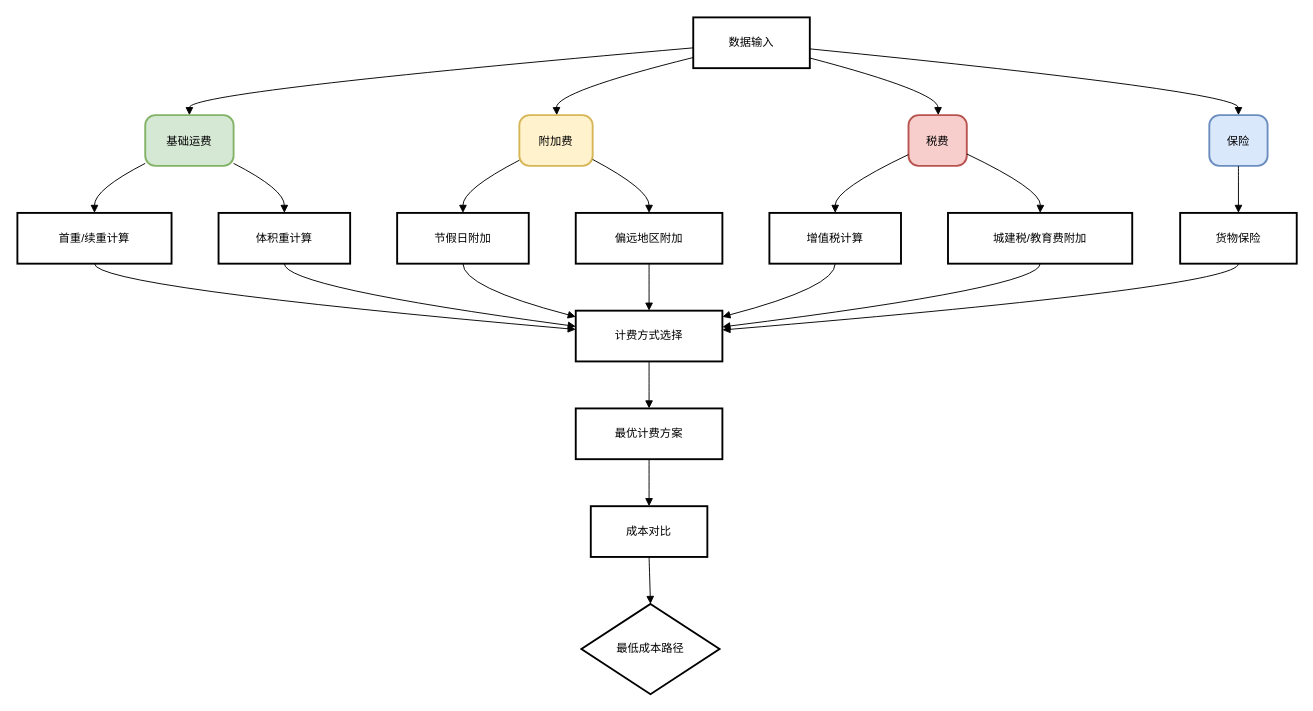
Above: 未命名绘图.drawio in zerovmz/jeecg (draw.io), before the change. Source tidied: cells renumbered, new cells numbered last; positions are measured from the earlier drawing's top-left corner, leaving out a move shared by most shapes. Both pictures are drawn from the tidied source at 94%, with x=0, y=0 at pixel (17, 17).
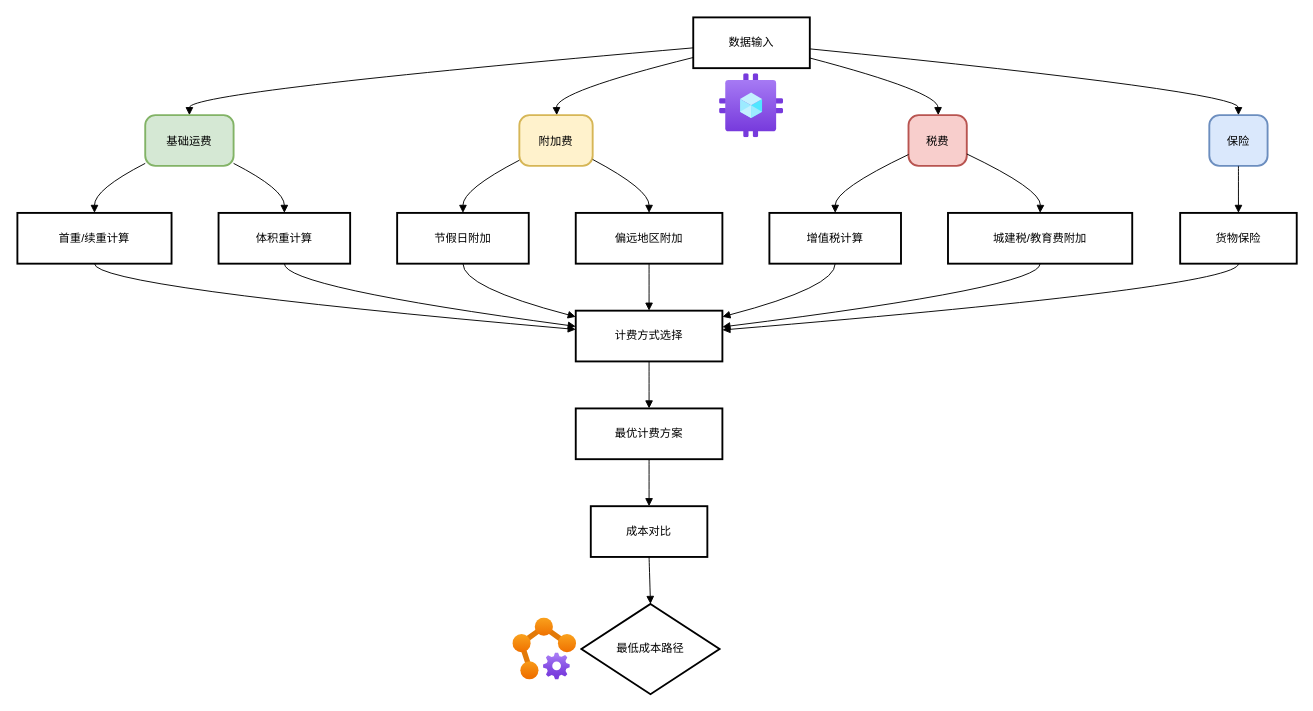
After the change.

The edit, as a diff of the source:
```diff
@@
+    <mxCell id="39" style="image;html=1;align=center;fontSize=12;image=img/lib/azure2/compute/Azure_Compute_Galleries.svg;" parent="1" vertex="1">
+      <mxGeometry x="747" y="60" width="68" height="68" as="geometry" />
+    </mxCell>
+    <mxCell id="40" style="image;html=1;align=center;fontSize=12;image=img/lib/azure2/compute/Managed_Service_Fabric.svg;" parent="1" vertex="1">
+      <mxGeometry x="527" y="639" width="68" height="66" as="geometry" />
+    </mxCell>
```
